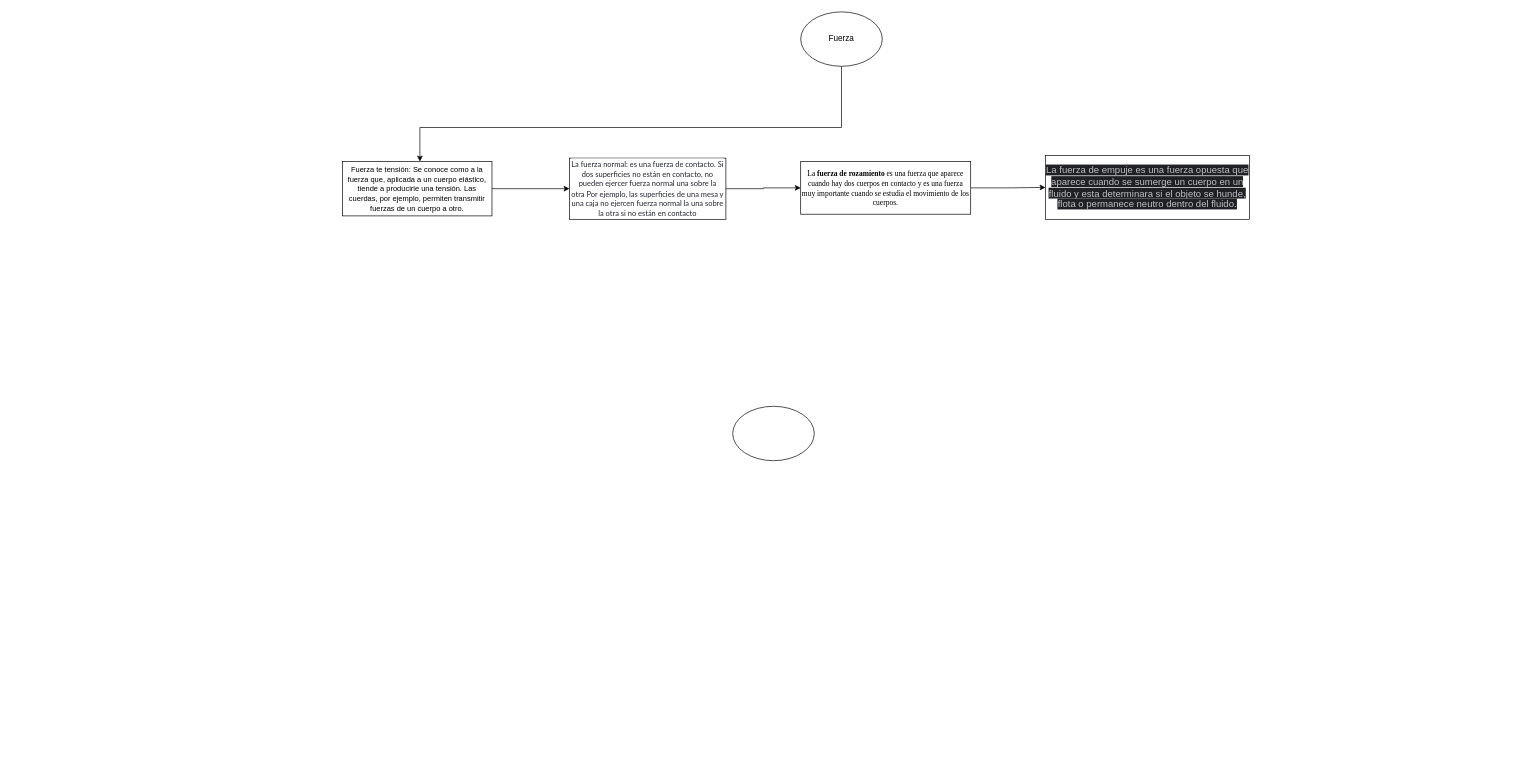
YeisonBetancourt/The-masturbation keeps this draw.io diagram as page "Page-1" (1 of 5) of disenos/Untitled Diagram.drawio. Above is the earlier version. Source tidied: cells renumbered, new cells numbered last; positions are measured from the earlier drawing's top-left corner, leaving out a move shared by most shapes. Both pictures are drawn from the tidied source at 68%, with x=0, y=0 at pixel (342, 12).
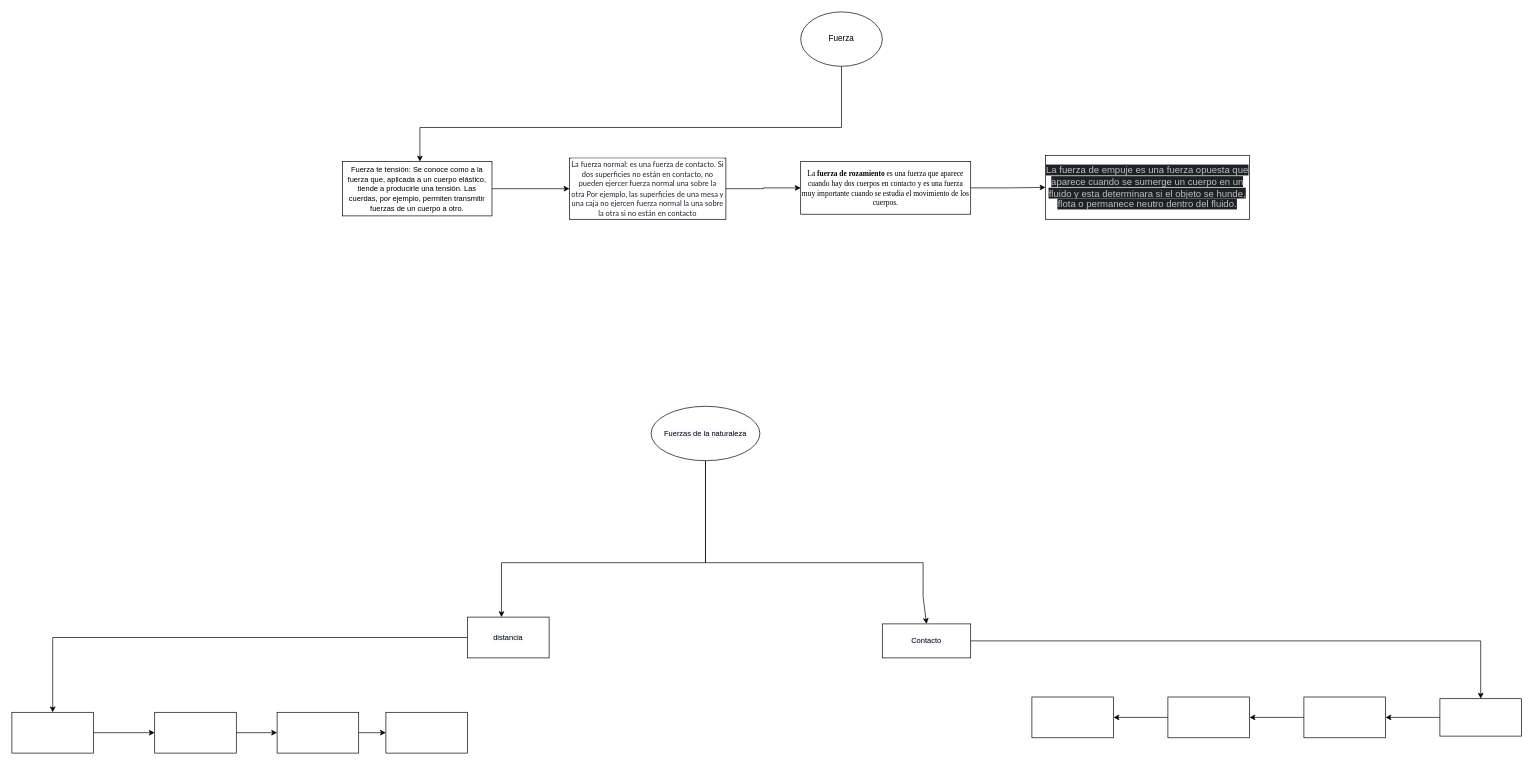
The same diagram, later.

Change to the diagram source:
```diff
@@
+    <mxCell id="13" style="edgeStyle=orthogonalEdgeStyle;rounded=0;jettySize=auto;html=1;fontSize=11;fontColor=#000000;" parent="1" edge="1" source="12">
+      <mxGeometry relative="1" as="geometry">
+        <mxPoint x="234" y="890" as="targetPoint" />
+        <Array as="points">
+          <mxPoint x="534" y="810" />
+          <mxPoint x="234" y="810" />
+          <mxPoint x="234" y="890" />
+        </Array>
+      </mxGeometry>
+    </mxCell>
-    <mxCell id="12" style="ellipse;whiteSpace=wrap;html=1;labelBackgroundColor=#F7F9FF;fontSize=11;fontColor=#000000;" parent="1" vertex="1">
-      <mxGeometry x="574" y="580" width="120" height="80" as="geometry" />
+    <mxCell id="12" value="Fuerzas de la naturaleza" style="ellipse;whiteSpace=wrap;html=1;labelBackgroundColor=#F7F9FF;fontSize=11;fontColor=#000000;" parent="1" vertex="1">
+      <mxGeometry x="454" y="580" width="160" height="80" as="geometry" />
     </mxCell>
+    <mxCell id="14" style="endArrow=classic;html=1;rounded=0;fontSize=11;fontColor=#000000;exitX=0.5;exitY=1;exitDx=0;exitDy=0;entryX=0.5;entryY=0;entryDx=0;entryDy=0;" parent="1" edge="1" source="12" target="18">
+      <mxGeometry relative="1" as="geometry">
+        <Array as="points">
+          <mxPoint x="534" y="810" />
+          <mxPoint x="854" y="810" />
+          <mxPoint x="854" y="840" />
+          <mxPoint x="854" y="860" />
+        </Array>
+      </mxGeometry>
+    </mxCell>
+    <mxCell id="15" style="edgeStyle=orthogonalEdgeStyle;rounded=0;jettySize=auto;html=1;fontSize=11;fontColor=#000000;" parent="1" edge="1" source="16" target="20">
+      <mxGeometry relative="1" as="geometry">
+        <Array as="points">
+          <mxPoint x="-426" y="920" />
+          <mxPoint x="-426" y="1060" />
+        </Array>
+      </mxGeometry>
+    </mxCell>
+    <mxCell id="16" value="distancia" style="rounded=0;whiteSpace=wrap;html=1;labelBackgroundColor=#F7F9FF;fontSize=11;fontColor=#000000;" parent="1" vertex="1">
+      <mxGeometry x="184" y="890" width="120" height="60" as="geometry" />
+    </mxCell>
+    <mxCell id="17" style="edgeStyle=orthogonalEdgeStyle;rounded=0;jettySize=auto;html=1;fontSize=11;fontColor=#000000;" parent="1" edge="1" source="18" target="27">
+      <mxGeometry relative="1" as="geometry" />
+    </mxCell>
+    <mxCell id="18" value="Contacto" style="rounded=0;whiteSpace=wrap;html=1;labelBackgroundColor=#F7F9FF;fontSize=11;fontColor=#000000;" parent="1" vertex="1">
+      <mxGeometry x="794" y="900" width="130" height="50" as="geometry" />
+    </mxCell>
+    <mxCell id="19" style="edgeStyle=orthogonalEdgeStyle;rounded=0;jettySize=auto;html=1;fontSize=11;fontColor=#000000;" parent="1" edge="1" source="20" target="22">
+      <mxGeometry relative="1" as="geometry" />
+    </mxCell>
+    <mxCell id="20" style="whiteSpace=wrap;html=1;rounded=0;fontSize=11;fontColor=#000000;labelBackgroundColor=#F7F9FF;" parent="1" vertex="1">
+      <mxGeometry x="-486" y="1030" width="120" height="60" as="geometry" />
+    </mxCell>
+    <mxCell id="21" style="edgeStyle=orthogonalEdgeStyle;rounded=0;jettySize=auto;html=1;fontSize=11;fontColor=#000000;" parent="1" edge="1" source="22" target="24">
+      <mxGeometry relative="1" as="geometry" />
+    </mxCell>
+    <mxCell id="22" style="whiteSpace=wrap;html=1;rounded=0;fontSize=11;fontColor=#000000;labelBackgroundColor=#F7F9FF;" parent="1" vertex="1">
+      <mxGeometry x="-276" y="1030" width="120" height="60" as="geometry" />
+    </mxCell>
+    <mxCell id="23" style="edgeStyle=orthogonalEdgeStyle;rounded=0;jettySize=auto;html=1;fontSize=11;fontColor=#000000;" parent="1" edge="1" source="24" target="25">
+      <mxGeometry relative="1" as="geometry" />
+    </mxCell>
+    <mxCell id="24" style="whiteSpace=wrap;html=1;rounded=0;fontSize=11;fontColor=#000000;labelBackgroundColor=#F7F9FF;" parent="1" vertex="1">
+      <mxGeometry x="-96" y="1030" width="120" height="60" as="geometry" />
+    </mxCell>
+    <mxCell id="25" style="whiteSpace=wrap;html=1;rounded=0;fontSize=11;fontColor=#000000;labelBackgroundColor=#F7F9FF;" parent="1" vertex="1">
+      <mxGeometry x="64" y="1030" width="120" height="60" as="geometry" />
+    </mxCell>
+    <mxCell id="26" style="edgeStyle=orthogonalEdgeStyle;rounded=0;jettySize=auto;html=1;fontSize=11;fontColor=#000000;" parent="1" edge="1" source="27" target="29">
+      <mxGeometry relative="1" as="geometry" />
+    </mxCell>
+    <mxCell id="27" style="whiteSpace=wrap;html=1;rounded=0;fontSize=11;fontColor=#000000;labelBackgroundColor=#F7F9FF;" parent="1" vertex="1">
+      <mxGeometry x="1614" y="1010" width="120" height="55" as="geometry" />
+    </mxCell>
+    <mxCell id="28" style="edgeStyle=orthogonalEdgeStyle;rounded=0;jettySize=auto;html=1;fontSize=11;fontColor=#000000;" parent="1" edge="1" source="29" target="31">
+      <mxGeometry relative="1" as="geometry" />
+    </mxCell>
+    <mxCell id="29" style="whiteSpace=wrap;html=1;rounded=0;fontSize=11;fontColor=#000000;labelBackgroundColor=#F7F9FF;" parent="1" vertex="1">
+      <mxGeometry x="1414" y="1007.5" width="120" height="60" as="geometry" />
+    </mxCell>
+    <mxCell id="30" style="edgeStyle=orthogonalEdgeStyle;rounded=0;jettySize=auto;html=1;fontSize=11;fontColor=#000000;" parent="1" edge="1" source="31" target="32">
+      <mxGeometry relative="1" as="geometry" />
+    </mxCell>
+    <mxCell id="31" style="whiteSpace=wrap;html=1;rounded=0;fontSize=11;fontColor=#000000;labelBackgroundColor=#F7F9FF;" parent="1" vertex="1">
+      <mxGeometry x="1214" y="1007.5" width="120" height="60" as="geometry" />
+    </mxCell>
+    <mxCell id="32" style="whiteSpace=wrap;html=1;rounded=0;fontSize=11;fontColor=#000000;labelBackgroundColor=#F7F9FF;" parent="1" vertex="1">
+      <mxGeometry x="1014" y="1007.5" width="120" height="60" as="geometry" />
+    </mxCell>
```
